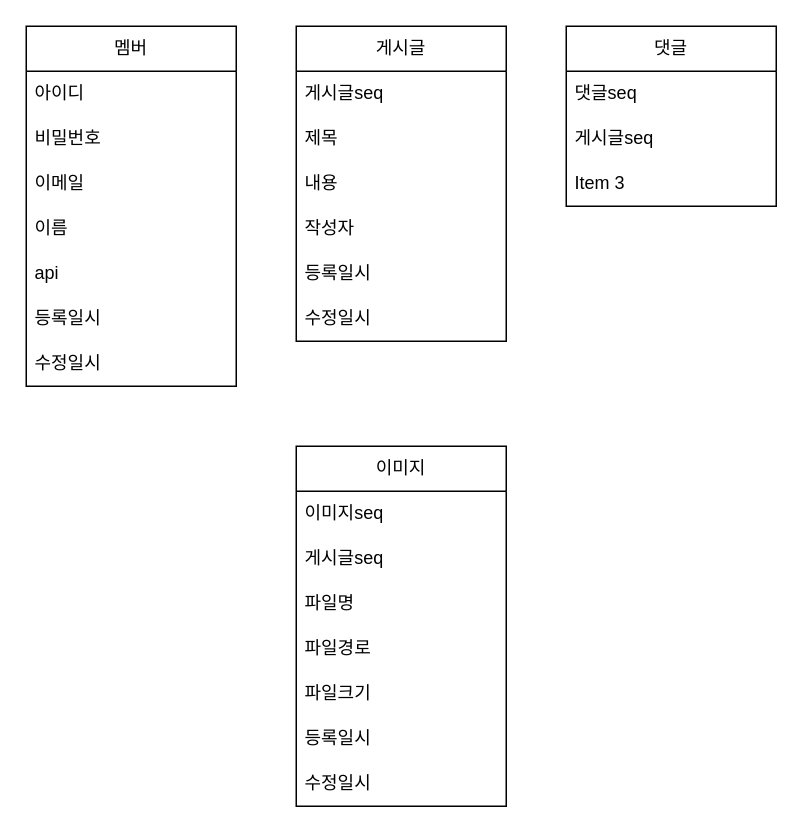
Before: jdd db.drawio in songheehee/add, a draw.io diagram. Source tidied: cells renumbered, new cells numbered last; positions are measured from the earlier drawing's top-left corner, leaving out a move shared by most shapes. Both pictures are drawn from the tidied source at 150%, with x=0, y=0 at pixel (26, 26).
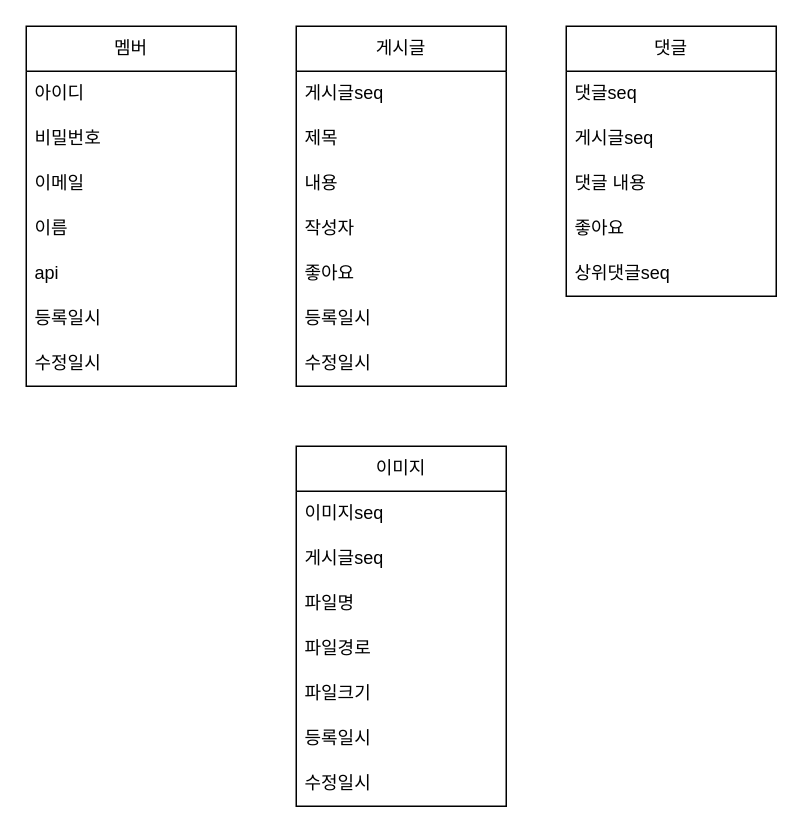
The same page after the edit.

Diff of the diagram source:
```diff
@@
     <mxCell id="10" value="게시글" style="swimlane;fontStyle=0;horizontal=1;startSize=30;whiteSpace=wrap;html=1;" parent="1" vertex="1">
-      <mxGeometry x="180" width="140" height="210" as="geometry" />
+      <mxGeometry x="180" width="140" height="240" as="geometry" />
     </mxCell>
@@
+    <mxCell id="29" value="좋아요" style="text;strokeColor=none;fillColor=none;align=left;verticalAlign=middle;spacingLeft=4;spacingRight=4;overflow=hidden;whiteSpace=wrap;html=1;" parent="10" vertex="1">
+      <mxGeometry y="150" width="140" height="30" as="geometry" />
+    </mxCell>
     <mxCell id="15" value="등록일시" style="text;strokeColor=none;fillColor=none;align=left;verticalAlign=middle;spacingLeft=4;spacingRight=4;overflow=hidden;whiteSpace=wrap;html=1;" parent="10" vertex="1">
-      <mxGeometry y="150" width="140" height="30" as="geometry" />
+      <mxGeometry y="180" width="140" height="30" as="geometry" />
     </mxCell>
     <mxCell id="16" value="수정일시" style="text;strokeColor=none;fillColor=none;align=left;verticalAlign=middle;spacingLeft=4;spacingRight=4;overflow=hidden;whiteSpace=wrap;html=1;" parent="10" vertex="1">
-      <mxGeometry y="180" width="140" height="30" as="geometry" />
+      <mxGeometry y="210" width="140" height="30" as="geometry" />
     </mxCell>
     <mxCell id="17" value="댓글" style="swimlane;fontStyle=0;horizontal=1;startSize=30;whiteSpace=wrap;html=1;" parent="1" vertex="1">
-      <mxGeometry x="360" width="140" height="120" as="geometry" />
+      <mxGeometry x="360" width="140" height="180" as="geometry" />
     </mxCell>
@@
-    <mxCell id="20" value="Item 3" style="text;strokeColor=none;fillColor=none;align=left;verticalAlign=middle;spacingLeft=4;spacingRight=4;overflow=hidden;whiteSpace=wrap;html=1;" parent="17" vertex="1">
+    <mxCell id="20" value="댓글 내용" style="text;strokeColor=none;fillColor=none;align=left;verticalAlign=middle;spacingLeft=4;spacingRight=4;overflow=hidden;whiteSpace=wrap;html=1;" parent="17" vertex="1">
       <mxGeometry y="90" width="140" height="30" as="geometry" />
     </mxCell>
+    <mxCell id="30" value="좋아요" style="text;strokeColor=none;fillColor=none;align=left;verticalAlign=middle;spacingLeft=4;spacingRight=4;overflow=hidden;whiteSpace=wrap;html=1;" parent="17" vertex="1">
+      <mxGeometry y="120" width="140" height="30" as="geometry" />
+    </mxCell>
+    <mxCell id="31" value="상위댓글seq" style="text;strokeColor=none;fillColor=none;align=left;verticalAlign=middle;spacingLeft=4;spacingRight=4;overflow=hidden;whiteSpace=wrap;html=1;" parent="17" vertex="1">
+      <mxGeometry y="150" width="140" height="30" as="geometry" />
+    </mxCell>
```
